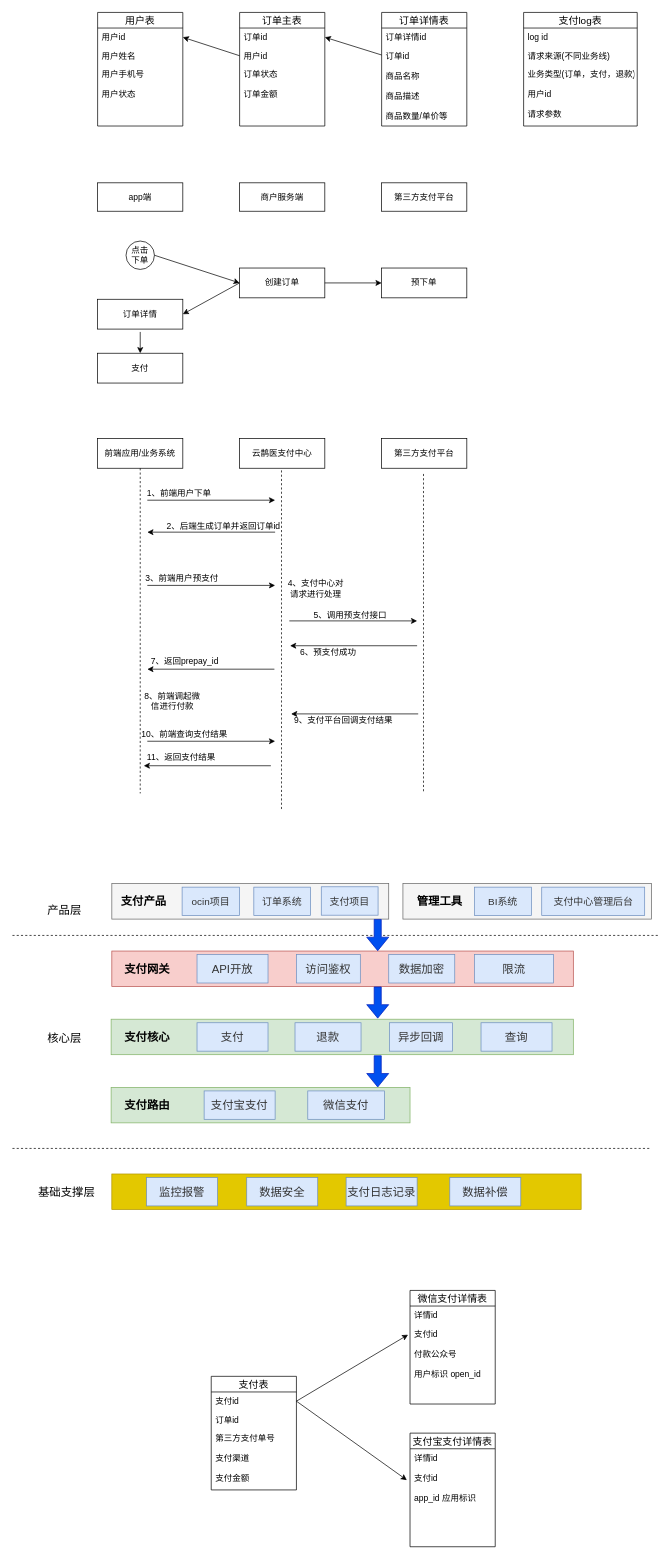
chenrushui/draw keeps this draw.io diagram as 订单设计.drawio. Above is the earlier version. Source tidied: cells renumbered, new cells numbered last; positions are measured from the earlier drawing's top-left corner, leaving out a move shared by most shapes. Both pictures are drawn from the tidied source at 71%, with x=0, y=0 at pixel (12, 12).
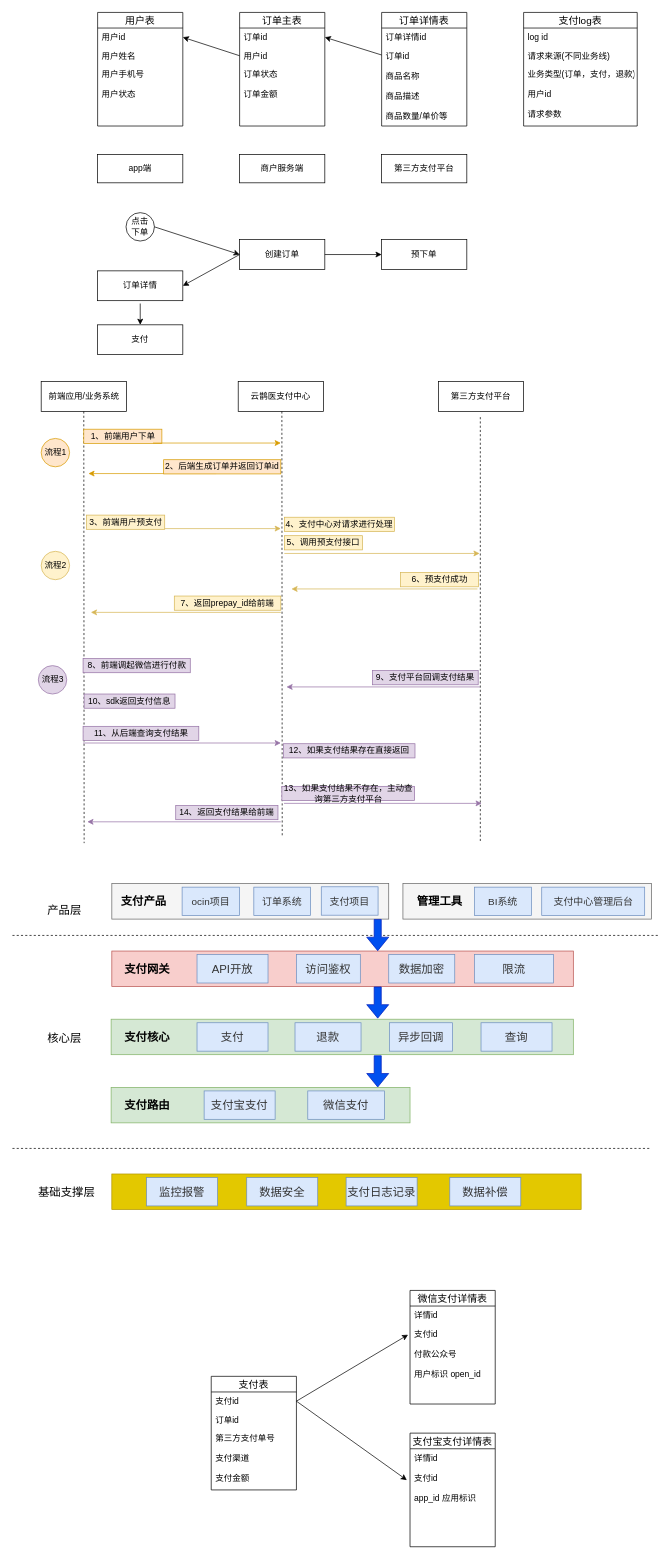
The same page after the edit.

Diff of the diagram source:
```diff
@@
     <mxCell id="15" value="app端" style="rounded=0;whiteSpace=wrap;html=1;" parent="1" vertex="1">
-      <mxGeometry x="120" y="240" width="120" height="40" as="geometry" />
+      <mxGeometry x="120" y="200" width="120" height="40" as="geometry" />
     </mxCell>
     <mxCell id="16" value="商户服务端" style="rounded=0;whiteSpace=wrap;html=1;" parent="1" vertex="1">
-      <mxGeometry x="320" y="240" width="120" height="40" as="geometry" />
+      <mxGeometry x="320" y="200" width="120" height="40" as="geometry" />
     </mxCell>
     <mxCell id="17" value="第三方支付平台" style="rounded=0;whiteSpace=wrap;html=1;" parent="1" vertex="1">
-      <mxGeometry x="520" y="240" width="120" height="40" as="geometry" />
+      <mxGeometry x="520" y="200" width="120" height="40" as="geometry" />
     </mxCell>
     <mxCell id="18" value="点击&lt;br&gt;下单" style="ellipse;whiteSpace=wrap;html=1;" parent="1" vertex="1">
-      <mxGeometry x="160" y="322" width="40" height="40" as="geometry" />
+      <mxGeometry x="160" y="282" width="40" height="40" as="geometry" />
     </mxCell>
@@
     <mxCell id="20" value="创建订单" style="rounded=0;whiteSpace=wrap;html=1;" parent="1" vertex="1">
-      <mxGeometry x="320" y="360" width="120" height="42" as="geometry" />
+      <mxGeometry x="320" y="320" width="120" height="42" as="geometry" />
     </mxCell>
     <mxCell id="21" value="订单详情" style="rounded=0;whiteSpace=wrap;html=1;" parent="1" vertex="1">
-      <mxGeometry x="120" y="404" width="120" height="42" as="geometry" />
+      <mxGeometry x="120" y="364" width="120" height="42" as="geometry" />
     </mxCell>
@@
     <mxCell id="23" value="支付" style="rounded=0;whiteSpace=wrap;html=1;" parent="1" vertex="1">
-      <mxGeometry x="120" y="480" width="120" height="42" as="geometry" />
+      <mxGeometry x="120" y="440" width="120" height="42" as="geometry" />
     </mxCell>
     <mxCell id="24" style="endArrow=classic;html=1;entryX=0.5;entryY=0;entryDx=0;entryDy=0;" parent="1" edge="1" target="23">
       <mxGeometry relative="1" as="geometry">
-        <mxPoint x="180" y="450" as="sourcePoint" />
+        <mxPoint x="180" y="410" as="sourcePoint" />
       </mxGeometry>
     </mxCell>
     <mxCell id="25" value="预下单" style="rounded=0;whiteSpace=wrap;html=1;" parent="1" vertex="1">
-      <mxGeometry x="520" y="360" width="120" height="42" as="geometry" />
+      <mxGeometry x="520" y="320" width="120" height="42" as="geometry" />
     </mxCell>
@@
     <mxCell id="27" value="前端应用/业务系统" style="rounded=0;whiteSpace=wrap;html=1;" parent="1" vertex="1">
-      <mxGeometry x="120" y="600" width="120" height="42" as="geometry" />
+      <mxGeometry x="40.5" y="520" width="120" height="42" as="geometry" />
     </mxCell>
     <mxCell id="28" value="云鹊医支付中心" style="rounded=0;whiteSpace=wrap;html=1;" parent="1" vertex="1">
-      <mxGeometry x="320" y="600" width="120" height="42" as="geometry" />
+      <mxGeometry x="318" y="520" width="120" height="42" as="geometry" />
     </mxCell>
     <mxCell id="29" value="第三方支付平台" style="rounded=0;whiteSpace=wrap;html=1;" parent="1" vertex="1">
-      <mxGeometry x="520" y="600" width="120" height="42" as="geometry" />
+      <mxGeometry x="600" y="520" width="120" height="42" as="geometry" />
     </mxCell>
     <mxCell id="30" style="endArrow=none;dashed=1;html=1;exitX=0.5;exitY=1;exitDx=0;exitDy=0;" parent="1" edge="1" source="27">
       <mxGeometry relative="1" as="geometry">
-        <mxPoint x="180" y="1100" as="targetPoint" />
+        <mxPoint x="101" y="1170" as="targetPoint" />
       </mxGeometry>
     </mxCell>
     <mxCell id="31" style="endArrow=none;dashed=1;html=1;exitX=0.5;exitY=1;exitDx=0;exitDy=0;" parent="1" edge="1">
       <mxGeometry relative="1" as="geometry">
-        <mxPoint x="379" y="645" as="sourcePoint" />
-        <mxPoint x="379" y="1123" as="targetPoint" />
+        <mxPoint x="379.5" y="562" as="sourcePoint" />
+        <mxPoint x="380" y="1160" as="targetPoint" />
       </mxGeometry>
     </mxCell>
     <mxCell id="32" style="endArrow=none;dashed=1;html=1;exitX=0.5;exitY=1;exitDx=0;exitDy=0;" parent="1" edge="1">
       <mxGeometry relative="1" as="geometry">
-        <mxPoint x="579" y="650" as="sourcePoint" />
-        <mxPoint x="579" y="1098" as="targetPoint" />
+        <mxPoint x="659" y="570" as="sourcePoint" />
+        <mxPoint x="659" y="1170" as="targetPoint" />
       </mxGeometry>
     </mxCell>
-    <mxCell id="33" value="1、前端用户下单" style="text;html=1;strokeColor=none;fillColor=none;align=center;verticalAlign=middle;whiteSpace=wrap;rounded=0;" parent="1" vertex="1">
-      <mxGeometry x="180" y="667" width="110" height="20" as="geometry" />
+    <mxCell id="33" value="1、前端用户下单" style="text;html=1;strokeColor=#d79b00;fillColor=#ffe6cc;align=center;verticalAlign=middle;whiteSpace=wrap;rounded=0;" parent="1" vertex="1">
+      <mxGeometry x="100.5" y="587" width="110" height="20" as="geometry" />
     </mxCell>
-    <mxCell id="34" style="endArrow=classic;html=1;" parent="1" edge="1">
+    <mxCell id="34" style="endArrow=classic;html=1;fillColor=#ffe6cc;strokeColor=#d79b00;" parent="1" edge="1">
       <mxGeometry relative="1" as="geometry">
-        <mxPoint x="190" y="687" as="sourcePoint" />
-        <mxPoint x="370" y="687" as="targetPoint" />
+        <mxPoint x="198" y="606.5" as="sourcePoint" />
+        <mxPoint x="378" y="606.5" as="targetPoint" />
       </mxGeometry>
     </mxCell>
-    <mxCell id="35" style="endArrow=classic;html=1;" parent="1" edge="1">
+    <mxCell id="35" style="endArrow=classic;html=1;fillColor=#ffe6cc;strokeColor=#d79b00;" parent="1" edge="1">
       <mxGeometry relative="1" as="geometry">
-        <mxPoint x="370" y="732" as="sourcePoint" />
-        <mxPoint x="190" y="732" as="targetPoint" />
+        <mxPoint x="287" y="649.5" as="sourcePoint" />
+        <mxPoint x="107" y="649.5" as="targetPoint" />
       </mxGeometry>
     </mxCell>
-    <mxCell id="36" value="2、后端生成订单并返回订单id" style="text;html=1;strokeColor=none;fillColor=none;align=center;verticalAlign=middle;whiteSpace=wrap;rounded=0;" parent="1" vertex="1">
-      <mxGeometry x="215" y="714" width="165" height="20" as="geometry" />
+    <mxCell id="36" value="2、后端生成订单并返回订单id" style="text;html=1;strokeColor=#d79b00;fillColor=#ffe6cc;align=center;verticalAlign=middle;whiteSpace=wrap;rounded=0;" parent="1" vertex="1">
+      <mxGeometry x="213" y="630" width="165" height="20" as="geometry" />
     </mxCell>
-    <mxCell id="37" style="endArrow=classic;html=1;" parent="1" edge="1">
+    <mxCell id="37" style="endArrow=classic;html=1;fillColor=#fff2cc;strokeColor=#d6b656;" parent="1" edge="1">
       <mxGeometry relative="1" as="geometry">
-        <mxPoint x="190" y="807" as="sourcePoint" />
-        <mxPoint x="370" y="807" as="targetPoint" />
+        <mxPoint x="110.5" y="727" as="sourcePoint" />
+        <mxPoint x="378" y="727" as="targetPoint" />
       </mxGeometry>
     </mxCell>
-    <mxCell id="38" value="3、前端用户预支付" style="text;html=1;strokeColor=none;fillColor=none;align=center;verticalAlign=middle;whiteSpace=wrap;rounded=0;" parent="1" vertex="1">
-      <mxGeometry x="184" y="788" width="110" height="20" as="geometry" />
+    <mxCell id="38" value="3、前端用户预支付" style="text;html=1;strokeColor=#d6b656;fillColor=#fff2cc;align=center;verticalAlign=middle;whiteSpace=wrap;rounded=0;" parent="1" vertex="1">
+      <mxGeometry x="104.5" y="708" width="110" height="20" as="geometry" />
     </mxCell>
-    <mxCell id="39" style="endArrow=classic;html=1;" parent="1" edge="1">
+    <mxCell id="39" style="endArrow=classic;html=1;fillColor=#fff2cc;strokeColor=#d6b656;" parent="1" edge="1">
       <mxGeometry relative="1" as="geometry">
-        <mxPoint x="390" y="857" as="sourcePoint" />
-        <mxPoint x="570" y="857" as="targetPoint" />
+        <mxPoint x="383" y="762" as="sourcePoint" />
+        <mxPoint x="658" y="762" as="targetPoint" />
       </mxGeometry>
     </mxCell>
-    <mxCell id="40" value="4、支付中心对请求进行处理" style="text;html=1;strokeColor=none;fillColor=none;align=center;verticalAlign=middle;whiteSpace=wrap;rounded=0;" parent="1" vertex="1">
-      <mxGeometry x="385" y="802" width="85" height="20" as="geometry" />
+    <mxCell id="40" value="4、支付中心对请求进行处理" style="text;html=1;strokeColor=#d6b656;fillColor=#fff2cc;align=center;verticalAlign=middle;whiteSpace=wrap;rounded=0;" parent="1" vertex="1">
+      <mxGeometry x="383" y="711" width="155" height="20" as="geometry" />
     </mxCell>
-    <mxCell id="41" value="5、调用预支付接口" style="text;html=1;strokeColor=none;fillColor=none;align=center;verticalAlign=middle;whiteSpace=wrap;rounded=0;" parent="1" vertex="1">
-      <mxGeometry x="421" y="839" width="110" height="20" as="geometry" />
+    <mxCell id="41" value="5、调用预支付接口" style="text;html=1;strokeColor=#d6b656;fillColor=#fff2cc;align=center;verticalAlign=middle;whiteSpace=wrap;rounded=0;" parent="1" vertex="1">
+      <mxGeometry x="383" y="737" width="110" height="20" as="geometry" />
     </mxCell>
-    <mxCell id="42" style="endArrow=classic;html=1;" parent="1" edge="1">
+    <mxCell id="42" style="endArrow=classic;html=1;fillColor=#fff2cc;strokeColor=#d6b656;" parent="1" edge="1">
       <mxGeometry relative="1" as="geometry">
-        <mxPoint x="570" y="892" as="sourcePoint" />
-        <mxPoint x="391" y="892" as="targetPoint" />
+        <mxPoint x="655" y="812" as="sourcePoint" />
+        <mxPoint x="393" y="812" as="targetPoint" />
       </mxGeometry>
     </mxCell>
-    <mxCell id="43" value="6、预支付成功" style="text;html=1;strokeColor=none;fillColor=none;align=center;verticalAlign=middle;whiteSpace=wrap;rounded=0;" parent="1" vertex="1">
-      <mxGeometry x="390" y="891" width="110" height="20" as="geometry" />
+    <mxCell id="43" value="6、预支付成功" style="text;html=1;strokeColor=#d6b656;fillColor=#fff2cc;align=center;verticalAlign=middle;whiteSpace=wrap;rounded=0;" parent="1" vertex="1">
+      <mxGeometry x="546.5" y="789" width="110" height="20" as="geometry" />
     </mxCell>
-    <mxCell id="44" style="endArrow=classic;html=1;" parent="1" edge="1">
+    <mxCell id="44" style="endArrow=classic;html=1;fillColor=#fff2cc;strokeColor=#d6b656;" parent="1" edge="1">
       <mxGeometry relative="1" as="geometry">
-        <mxPoint x="369" y="925" as="sourcePoint" />
-        <mxPoint x="190" y="925" as="targetPoint" />
+        <mxPoint x="378" y="845" as="sourcePoint" />
+        <mxPoint x="110.5" y="845" as="targetPoint" />
       </mxGeometry>
     </mxCell>
-    <mxCell id="45" value="7、返回prepay_id" style="text;html=1;strokeColor=none;fillColor=none;align=center;verticalAlign=middle;whiteSpace=wrap;rounded=0;" parent="1" vertex="1">
-      <mxGeometry x="187.5" y="904" width="110" height="20" as="geometry" />
+    <mxCell id="45" value="7、返回prepay_id给前端" style="text;html=1;strokeColor=#d6b656;fillColor=#fff2cc;align=center;verticalAlign=middle;whiteSpace=wrap;rounded=0;" parent="1" vertex="1">
+      <mxGeometry x="228" y="822" width="150" height="20" as="geometry" />
     </mxCell>
-    <mxCell id="46" value="8、前端调起微信进行付款" style="text;html=1;strokeColor=none;fillColor=none;align=center;verticalAlign=middle;whiteSpace=wrap;rounded=0;" parent="1" vertex="1">
-      <mxGeometry x="180" y="960" width="91" height="20" as="geometry" />
+    <mxCell id="46" value="8、前端调起微信进行付款" style="text;html=1;strokeColor=#9673a6;fillColor=#e1d5e7;align=center;verticalAlign=middle;whiteSpace=wrap;rounded=0;" parent="1" vertex="1">
+      <mxGeometry x="99.5" y="910" width="151" height="20" as="geometry" />
     </mxCell>
-    <mxCell id="47" value="10、前端查询支付结果" style="text;html=1;strokeColor=none;fillColor=none;align=center;verticalAlign=middle;whiteSpace=wrap;rounded=0;" parent="1" vertex="1">
-      <mxGeometry x="161" y="1007" width="163" height="20" as="geometry" />
+    <mxCell id="47" value="10、sdk返回支付信息" style="text;html=1;strokeColor=#9673a6;fillColor=#e1d5e7;align=center;verticalAlign=middle;whiteSpace=wrap;rounded=0;" parent="1" vertex="1">
+      <mxGeometry x="101" y="960" width="128" height="20" as="geometry" />
     </mxCell>
-    <mxCell id="48" style="endArrow=classic;html=1;" parent="1" edge="1">
+    <mxCell id="48" style="endArrow=classic;html=1;fillColor=#e1d5e7;strokeColor=#9673a6;" parent="1" edge="1">
       <mxGeometry relative="1" as="geometry">
-        <mxPoint x="571.5" y="988" as="sourcePoint" />
-        <mxPoint x="392.5" y="988" as="targetPoint" />
+        <mxPoint x="658.5" y="950" as="sourcePoint" />
+        <mxPoint x="386" y="950" as="targetPoint" />
       </mxGeometry>
     </mxCell>
-    <mxCell id="49" value="9、支付平台回调支付结果" style="text;html=1;strokeColor=none;fillColor=none;align=center;verticalAlign=middle;whiteSpace=wrap;rounded=0;" parent="1" vertex="1">
-      <mxGeometry x="392" y="987" width="149" height="20" as="geometry" />
+    <mxCell id="49" value="9、支付平台回调支付结果" style="text;html=1;strokeColor=#9673a6;fillColor=#e1d5e7;align=center;verticalAlign=middle;whiteSpace=wrap;rounded=0;" parent="1" vertex="1">
+      <mxGeometry x="507" y="927" width="149" height="20" as="geometry" />
     </mxCell>
-    <mxCell id="50" style="endArrow=classic;html=1;" parent="1" edge="1">
+    <mxCell id="50" style="endArrow=classic;html=1;fillColor=#e1d5e7;strokeColor=#9673a6;" parent="1" edge="1">
       <mxGeometry relative="1" as="geometry">
-        <mxPoint x="190" y="1026.5" as="sourcePoint" />
-        <mxPoint x="370" y="1026.5" as="targetPoint" />
+        <mxPoint x="99.5" y="1029" as="sourcePoint" />
+        <mxPoint x="378" y="1029" as="targetPoint" />
       </mxGeometry>
     </mxCell>
-    <mxCell id="51" style="endArrow=classic;html=1;" parent="1" edge="1">
-      <mxGeometry relative="1" as="geometry">
-        <mxPoint x="364" y="1061" as="sourcePoint" />
-        <mxPoint x="185" y="1061" as="targetPoint" />
-      </mxGeometry>
-    </mxCell>
-    <mxCell id="52" value="11、返回支付结果" style="text;html=1;strokeColor=none;fillColor=none;align=center;verticalAlign=middle;whiteSpace=wrap;rounded=0;" parent="1" vertex="1">
-      <mxGeometry x="182.5" y="1040" width="110" height="20" as="geometry" />
-    </mxCell>
@@
+    <mxCell id="106" value="11、从后端查询支付结果" style="text;html=1;strokeColor=#9673a6;fillColor=#e1d5e7;align=center;verticalAlign=middle;whiteSpace=wrap;rounded=0;" parent="1" vertex="1">
+      <mxGeometry x="99.5" y="1005.5" width="163" height="20" as="geometry" />
+    </mxCell>
+    <mxCell id="107" value="12、如果支付结果存在直接返回" style="text;html=1;strokeColor=#9673a6;fillColor=#e1d5e7;align=center;verticalAlign=middle;whiteSpace=wrap;rounded=0;" parent="1" vertex="1">
+      <mxGeometry x="382" y="1030" width="185" height="20" as="geometry" />
+    </mxCell>
+    <mxCell id="108" value="13、如果支付结果不存在，主动查询第三方支付平台" style="text;html=1;strokeColor=#9673a6;fillColor=#e1d5e7;align=center;verticalAlign=middle;whiteSpace=wrap;rounded=0;" parent="1" vertex="1">
+      <mxGeometry x="379.5" y="1090" width="187" height="20" as="geometry" />
+    </mxCell>
+    <mxCell id="109" style="endArrow=classic;html=1;fillColor=#e1d5e7;strokeColor=#9673a6;" parent="1" edge="1">
+      <mxGeometry relative="1" as="geometry">
+        <mxPoint x="382.5" y="1114" as="sourcePoint" />
+        <mxPoint x="661" y="1114" as="targetPoint" />
+      </mxGeometry>
+    </mxCell>
+    <mxCell id="110" style="endArrow=classic;html=1;fillColor=#e1d5e7;strokeColor=#9673a6;" parent="1" edge="1">
+      <mxGeometry relative="1" as="geometry">
+        <mxPoint x="378" y="1140" as="sourcePoint" />
+        <mxPoint x="105.5" y="1140" as="targetPoint" />
+      </mxGeometry>
+    </mxCell>
+    <mxCell id="111" value="14、返回支付结果给前端" style="text;html=1;strokeColor=#9673a6;fillColor=#e1d5e7;align=center;verticalAlign=middle;whiteSpace=wrap;rounded=0;" parent="1" vertex="1">
+      <mxGeometry x="230" y="1117" width="144" height="20" as="geometry" />
+    </mxCell>
+    <mxCell id="112" value="流程1" style="ellipse;whiteSpace=wrap;html=1;fillColor=#ffe6cc;strokeColor=#d79b00;" parent="1" vertex="1">
+      <mxGeometry x="40.5" y="600" width="40" height="40" as="geometry" />
+    </mxCell>
+    <mxCell id="113" value="流程2" style="ellipse;whiteSpace=wrap;html=1;fillColor=#fff2cc;strokeColor=#d6b656;" parent="1" vertex="1">
+      <mxGeometry x="40.5" y="759" width="40" height="40" as="geometry" />
+    </mxCell>
+    <mxCell id="114" value="流程3" style="ellipse;whiteSpace=wrap;html=1;fillColor=#e1d5e7;strokeColor=#9673a6;" parent="1" vertex="1">
+      <mxGeometry x="36.5" y="920" width="40" height="40" as="geometry" />
+    </mxCell>
```
